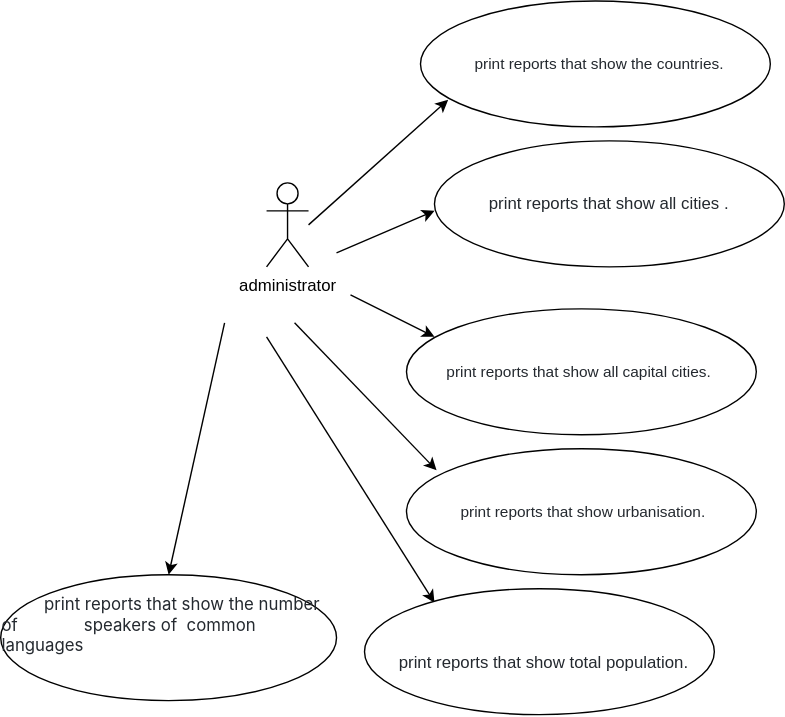
Earlier version of the draw.io export Admin/Cases/User stories/the final use case diagram.svg (Benbhoy1888/SET08103). Source tidied: cells renumbered, new cells last; positions are measured from the earlier drawing's top-left corner, leaving out a move shared by most shapes.
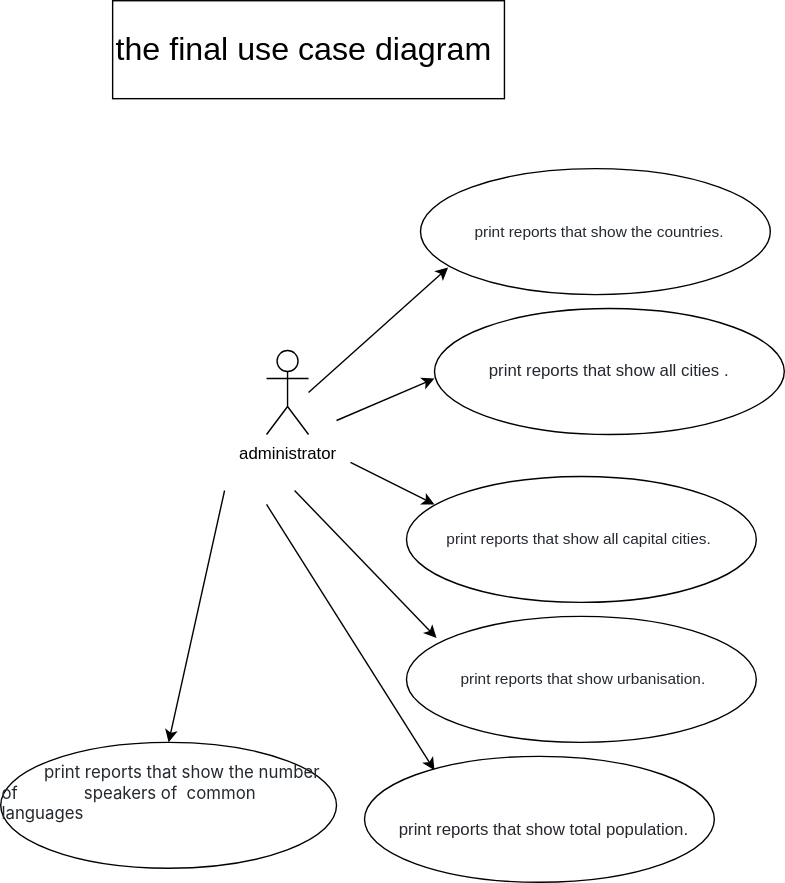
The same diagram one commit later.

Commit message:
the final use case diagram

Change to the diagram source:
```diff
@@ -56,5 +56,8 @@
     <mxCell id="14" value="&lt;span style=&quot;color: rgb(36, 41, 47); font-size: 11px; text-align: start; background-color: rgb(255, 255, 255);&quot;&gt;&amp;nbsp; print reports that show the countries.&lt;/span&gt;" style="ellipse;whiteSpace=wrap;html=1;labelBackgroundColor=none;fontFamily=Helvetica;fontSize=12;" parent="1" vertex="1">
       <mxGeometry x="300" width="250" height="90" as="geometry" />
     </mxCell>
+    <mxCell id="15" value="&lt;span style=&quot;font-size: 23px;&quot;&gt;the final use case diagram&amp;nbsp;&lt;/span&gt;" style="rounded=0;whiteSpace=wrap;html=1;" parent="1" vertex="1">
+      <mxGeometry x="80" y="-120" width="280" height="70" as="geometry" />
+    </mxCell>
   </root>
 </mxGraphModel>
```
